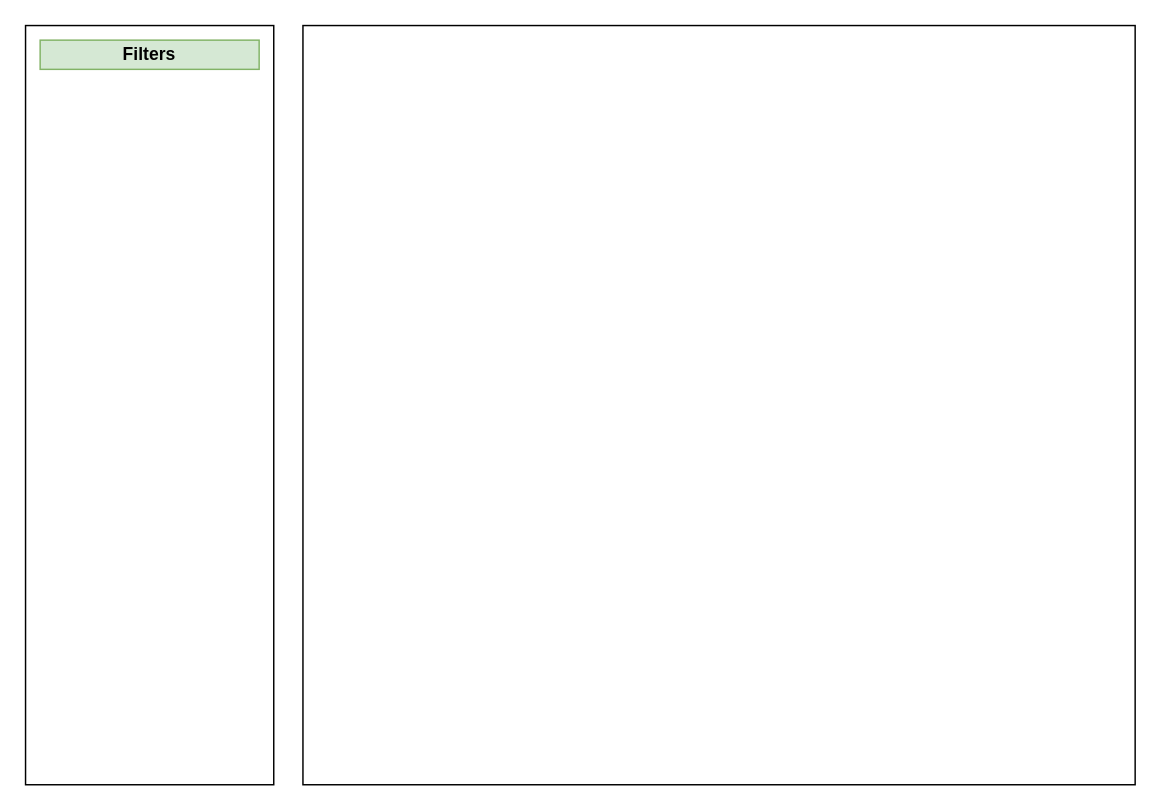
This is API Catalogue.drawio from mihirvadalia/draw.io, a draw.io file, before an edit. Source tidied: cells renumbered, new cells numbered last; positions are measured from the earlier drawing's top-left corner, leaving out a move shared by most shapes. Both pictures are drawn from the tidied source at 146%, with x=0, y=0 at pixel (25, 25).
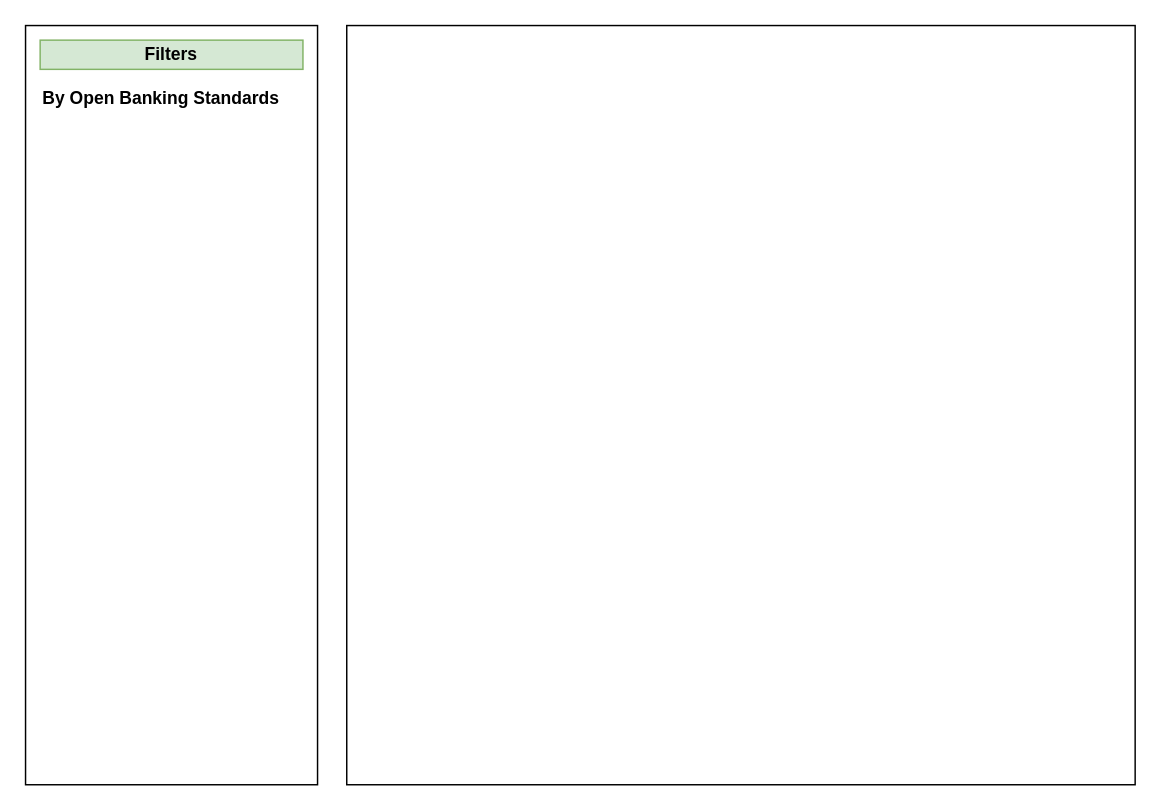
Above is the later version.

The edit, as a diff of the source:
```diff
@@
 <mxGraphModel>
   <root>
     <mxCell id="0" />
     <mxCell id="1" parent="0" />
     <mxCell id="2" style="rounded=0;whiteSpace=wrap;html=1;" parent="1" vertex="1">
-      <mxGeometry x="190" width="570" height="520" as="geometry" />
+      <mxGeometry x="220" width="540" height="520" as="geometry" />
     </mxCell>
     <mxCell id="3" style="rounded=0;whiteSpace=wrap;html=1;" parent="1" vertex="1">
-      <mxGeometry width="170" height="520" as="geometry" />
+      <mxGeometry width="200" height="520" as="geometry" />
     </mxCell>
     <mxCell id="4" value="Filters" style="text;html=1;strokeColor=#82b366;fillColor=#d5e8d4;align=center;verticalAlign=middle;whiteSpace=wrap;rounded=0;fontStyle=1;" parent="1" vertex="1">
-      <mxGeometry x="10" y="10" width="150" height="20" as="geometry" />
+      <mxGeometry x="10" y="10" width="180" height="20" as="geometry" />
     </mxCell>
+    <mxCell id="5" value="By Open Banking Standards" style="text;html=1;strokeColor=none;fillColor=none;align=left;verticalAlign=middle;whiteSpace=wrap;rounded=0;fontStyle=1;" parent="1" vertex="1">
+      <mxGeometry x="10" y="40" width="190" height="20" as="geometry" />
+    </mxCell>
   </root>
 </mxGraphModel>
```
